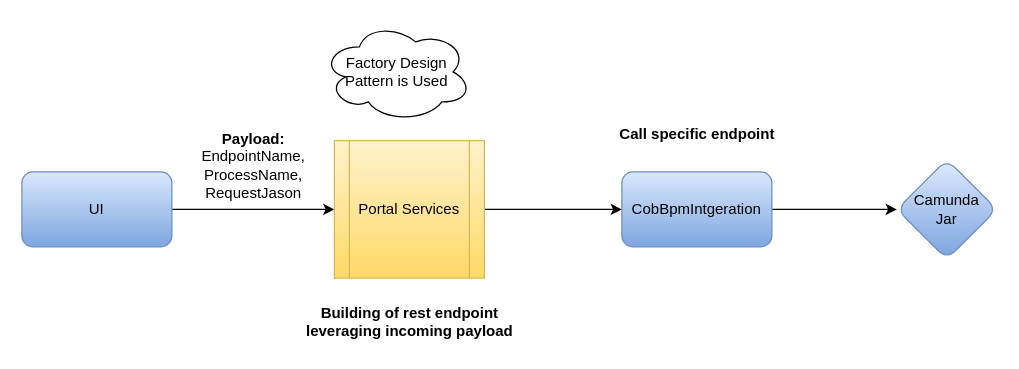
namanchopra21087/design-documents keeps this draw.io diagram as Untitled Diagram.drawio. Above is the earlier version. Source tidied: cells renumbered, new cells numbered last; positions are measured from the earlier drawing's top-left corner, leaving out a move shared by most shapes. Both pictures are drawn from the tidied source at 125%, with x=0, y=0 at pixel (21, 21).
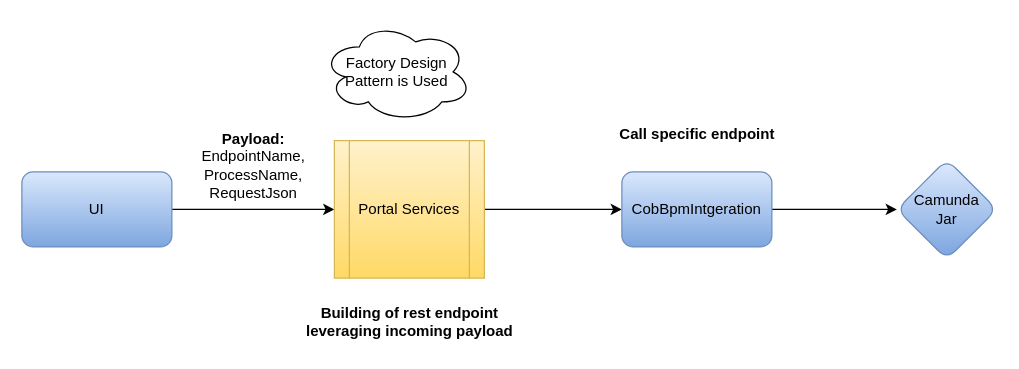
Above is the later version.

Diff of the diagram source:
```diff
@@
 <mxGraphModel>
   <root>
     <mxCell id="0" />
     <mxCell id="1" parent="0" />
     <mxCell id="2" style="edgeStyle=orthogonalEdgeStyle;rounded=0;jettySize=auto;html=1;entryX=0;entryY=0.5;entryDx=0;entryDy=0;" parent="1" edge="1" source="3" target="5">
       <mxGeometry relative="1" as="geometry" />
     </mxCell>
     <mxCell id="3" value="UI" style="rounded=1;whiteSpace=wrap;html=1;fillColor=#dae8fc;gradientColor=#7ea6e0;strokeColor=#6c8ebf;" parent="1" vertex="1">
       <mxGeometry y="120" width="120" height="60" as="geometry" />
     </mxCell>
     <mxCell id="4" style="edgeStyle=orthogonalEdgeStyle;rounded=0;jettySize=auto;html=1;entryX=0;entryY=0.5;entryDx=0;entryDy=0;" parent="1" edge="1" source="5" target="7">
       <mxGeometry relative="1" as="geometry" />
     </mxCell>
     <mxCell id="5" value="Portal Services" style="shape=process;whiteSpace=wrap;html=1;backgroundOutline=1;fillColor=#fff2cc;gradientColor=#ffd966;strokeColor=#d6b656;" parent="1" vertex="1">
       <mxGeometry x="250" y="95" width="120" height="110" as="geometry" />
     </mxCell>
     <mxCell id="6" style="edgeStyle=orthogonalEdgeStyle;rounded=0;jettySize=auto;html=1;" parent="1" edge="1" source="7" target="11">
       <mxGeometry relative="1" as="geometry" />
     </mxCell>
     <mxCell id="7" value="CobBpmIntgeration" style="rounded=1;whiteSpace=wrap;html=1;fillColor=#dae8fc;gradientColor=#7ea6e0;strokeColor=#6c8ebf;" parent="1" vertex="1">
       <mxGeometry x="480" y="120" width="120" height="60" as="geometry" />
     </mxCell>
-    <mxCell id="8" value="&lt;b&gt;Payload:&lt;/b&gt;&lt;div&gt;EndpointName,&lt;br&gt;ProcessName,&lt;br&gt;RequestJason&lt;/div&gt;" style="text;html=1;align=center;verticalAlign=middle;strokeColor=none;fillColor=none;" parent="1" vertex="1">
+    <mxCell id="8" value="&lt;b&gt;Payload:&lt;/b&gt;&lt;div&gt;EndpointName,&lt;br&gt;ProcessName,&lt;br&gt;RequestJson&lt;/div&gt;" style="text;html=1;align=center;verticalAlign=middle;strokeColor=none;fillColor=none;" parent="1" vertex="1">
       <mxGeometry x="130" y="80" width="110" height="70" as="geometry" />
     </mxCell>
     <mxCell id="9" value="&lt;b&gt;Building of rest endpoint &lt;br&gt;leveraging incoming payload&lt;/b&gt;" style="text;html=1;align=center;verticalAlign=middle;strokeColor=none;fillColor=none;" parent="1" vertex="1">
       <mxGeometry x="215" y="220" width="190" height="40" as="geometry" />
     </mxCell>
     <mxCell id="10" value="&lt;b&gt;Call specific endpoint&lt;/b&gt;" style="text;html=1;align=center;verticalAlign=middle;strokeColor=none;fillColor=none;" parent="1" vertex="1">
       <mxGeometry x="465" y="75" width="150" height="30" as="geometry" />
     </mxCell>
     <mxCell id="11" value="Camunda &lt;br&gt;Jar" style="rhombus;whiteSpace=wrap;html=1;fillColor=#dae8fc;strokeColor=#6c8ebf;rounded=1;gradientColor=#7ea6e0;" parent="1" vertex="1">
       <mxGeometry x="700" y="110" width="80" height="80" as="geometry" />
     </mxCell>
     <mxCell id="12" value="Factory Design Pattern is Used" style="ellipse;shape=cloud;whiteSpace=wrap;html=1;" parent="1" vertex="1">
       <mxGeometry x="240" width="120" height="80" as="geometry" />
     </mxCell>
   </root>
 </mxGraphModel>
```
